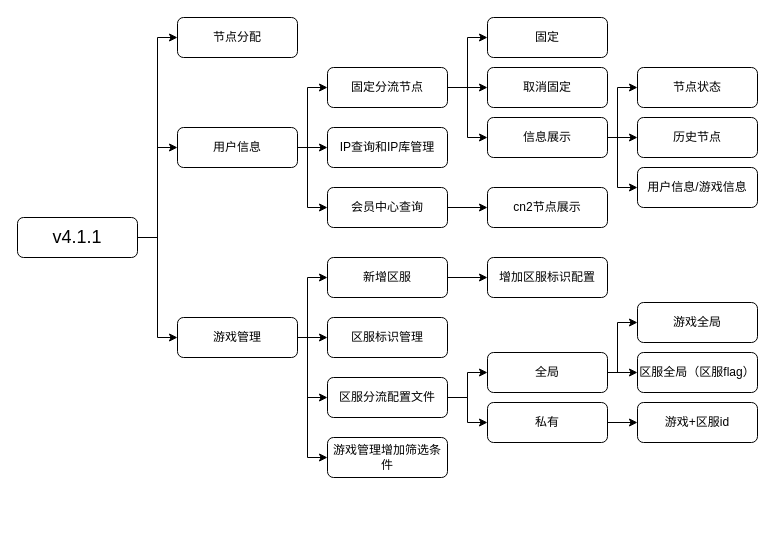
Earlier version of the draw.io diagram image/用户信息管理0326.drawio (Besideme/besideme.github.io). Source tidied: cells renumbered, new cells numbered last; positions are measured from the earlier drawing's top-left corner, leaving out a move shared by most shapes. Both pictures are drawn from the tidied source at 100%, with x=0, y=0 at pixel (17, 17).
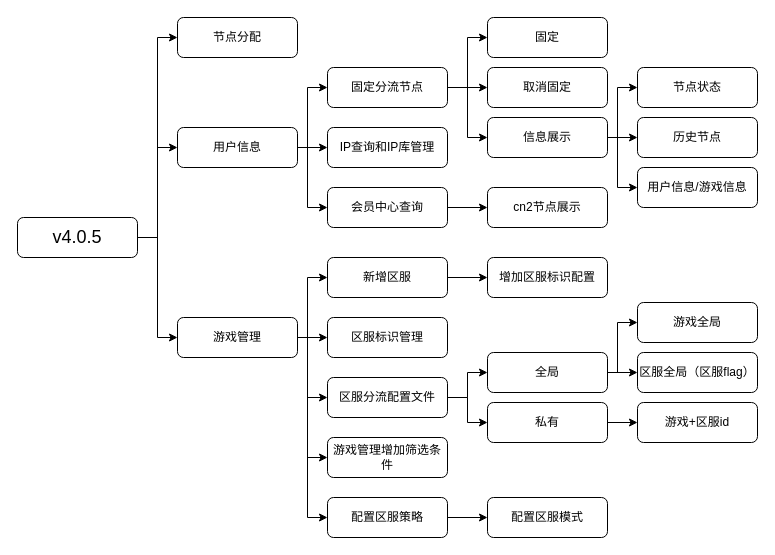
The same diagram, later.

Commit message:
Update 用户信息管理0326.drawio

Unchanged cells that the change refers to:
```xml
<mxCell id="14" value="游戏管理" style="rounded=1;whiteSpace=wrap;html=1;" parent="1" vertex="1">
  <mxGeometry x="160" y="300" width="120" height="40" as="geometry" />
</mxCell>
```

The edit, as a diff of the source:
```diff
@@
-    <mxCell id="5" value="&lt;font style=&quot;font-size: 18px&quot;&gt;v4.1.1&lt;/font&gt;" style="rounded=1;whiteSpace=wrap;html=1;" parent="1" vertex="1">
+    <mxCell id="5" value="&lt;font style=&quot;font-size: 18px&quot;&gt;v4.0.5&lt;/font&gt;" style="rounded=1;whiteSpace=wrap;html=1;" parent="1" vertex="1">
       <mxGeometry y="200" width="120" height="40" as="geometry" />
     </mxCell>
@@
+    <mxCell id="49" style="edgeStyle=orthogonalEdgeStyle;rounded=0;jettySize=auto;html=1;exitX=1;exitY=0.5;exitDx=0;exitDy=0;entryX=0;entryY=0.5;entryDx=0;entryDy=0;" parent="1" edge="1" source="14" target="51">
+      <mxGeometry relative="1" as="geometry">
+        <Array as="points">
+          <mxPoint x="290" y="320" />
+          <mxPoint x="290" y="500" />
+        </Array>
+      </mxGeometry>
+    </mxCell>
@@
+    <mxCell id="50" style="edgeStyle=orthogonalEdgeStyle;rounded=0;jettySize=auto;html=1;exitX=1;exitY=0.5;exitDx=0;exitDy=0;entryX=0;entryY=0.5;entryDx=0;entryDy=0;" parent="1" edge="1" source="51" target="52">
+      <mxGeometry relative="1" as="geometry" />
+    </mxCell>
+    <mxCell id="51" value="配置区服策略" style="rounded=1;whiteSpace=wrap;html=1;" parent="1" vertex="1">
+      <mxGeometry x="310" y="480" width="120" height="40" as="geometry" />
+    </mxCell>
+    <mxCell id="52" value="配置区服模式" style="rounded=1;whiteSpace=wrap;html=1;" parent="1" vertex="1">
+      <mxGeometry x="470" y="480" width="120" height="40" as="geometry" />
+    </mxCell>
```
